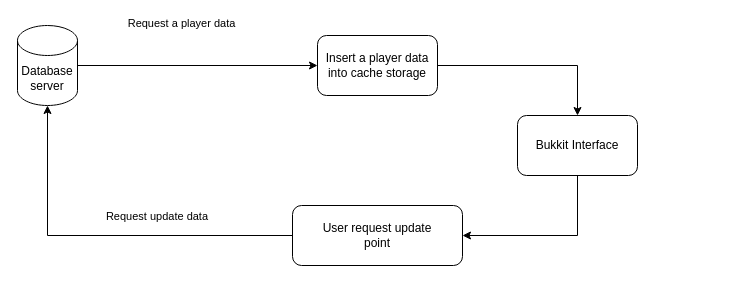
Earlier version of the draw.io diagram Untitled Diagram.drawio (PlayerNguyen/OptEcoPrime). Source tidied: cells renumbered, new cells numbered last; positions are measured from the earlier drawing's top-left corner, leaving out a move shared by most shapes. Both pictures are drawn from the tidied source at 100%, with x=0, y=0 at pixel (17, 25).
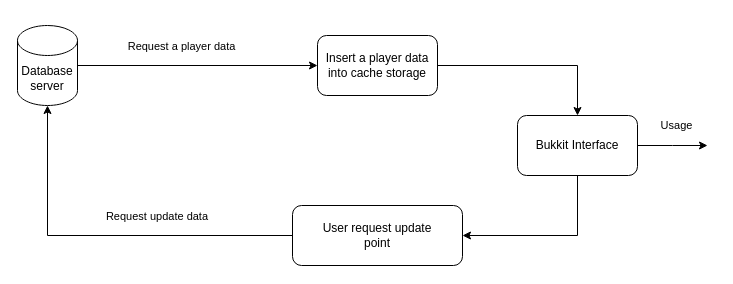
Above is the later version.

What changed in the source:
```diff
@@
 <mxGraphModel>
   <root>
     <mxCell id="0" />
     <mxCell id="1" parent="0" />
     <mxCell id="2" style="edgeStyle=orthogonalEdgeStyle;rounded=0;jettySize=auto;html=1;exitX=1;exitY=0.5;exitDx=0;exitDy=0;entryX=0.5;entryY=0;entryDx=0;entryDy=0;" parent="1" edge="1" source="3" target="11">
       <mxGeometry relative="1" as="geometry" />
     </mxCell>
     <mxCell id="3" value="Insert a player data&lt;br&gt;into cache storage" style="rounded=1;whiteSpace=wrap;html=1;" parent="1" vertex="1">
       <mxGeometry x="300" y="10" width="120" height="60" as="geometry" />
     </mxCell>
     <mxCell id="4" style="edgeStyle=orthogonalEdgeStyle;rounded=0;jettySize=auto;html=1;exitX=1;exitY=0.5;exitDx=0;exitDy=0;exitPerimeter=0;entryX=0;entryY=0.5;entryDx=0;entryDy=0;" parent="1" edge="1" source="6" target="3">
       <mxGeometry relative="1" as="geometry" />
     </mxCell>
     <mxCell id="5" value="Request a player data" style="edgeLabel;html=1;align=center;verticalAlign=middle;" parent="4" vertex="1">
       <mxGeometry x="0.06" y="4" relative="1" as="geometry">
-        <mxPoint x="-24" y="-39" as="offset" />
+        <mxPoint x="-24" y="-16" as="offset" />
       </mxGeometry>
     </mxCell>
     <mxCell id="6" value="Database&lt;br&gt;server" style="shape=cylinder3;whiteSpace=wrap;html=1;boundedLbl=1;backgroundOutline=1;size=15;" parent="1" vertex="1">
       <mxGeometry width="60" height="80" as="geometry" />
     </mxCell>
     <mxCell id="7" style="edgeStyle=orthogonalEdgeStyle;rounded=0;jettySize=auto;html=1;entryX=0.5;entryY=1;entryDx=0;entryDy=0;entryPerimeter=0;" parent="1" edge="1" source="9" target="6">
       <mxGeometry relative="1" as="geometry" />
     </mxCell>
     <mxCell id="8" value="Request update data&amp;nbsp;" style="edgeLabel;html=1;align=center;verticalAlign=middle;" parent="7" vertex="1">
       <mxGeometry x="-0.26" relative="1" as="geometry">
         <mxPoint x="4" y="-20" as="offset" />
       </mxGeometry>
     </mxCell>
     <mxCell id="9" value="User request update&lt;br&gt;point" style="rounded=1;whiteSpace=wrap;html=1;" parent="1" vertex="1">
       <mxGeometry x="275" y="180" width="170" height="60" as="geometry" />
     </mxCell>
     <mxCell id="10" style="edgeStyle=orthogonalEdgeStyle;rounded=0;jettySize=auto;html=1;entryX=1;entryY=0.5;entryDx=0;entryDy=0;exitX=0.5;exitY=1;exitDx=0;exitDy=0;" parent="1" edge="1" source="11" target="9">
       <mxGeometry relative="1" as="geometry" />
     </mxCell>
+    <mxCell id="12" value="Usage&lt;br&gt;" style="edgeStyle=orthogonalEdgeStyle;rounded=0;jettySize=auto;html=1;" parent="1" edge="1" source="11">
+      <mxGeometry x="0.14" y="20" relative="1" as="geometry">
+        <mxPoint x="690" y="120" as="targetPoint" />
+      </mxGeometry>
+    </mxCell>
     <mxCell id="11" value="Bukkit Interface" style="rounded=1;whiteSpace=wrap;html=1;" parent="1" vertex="1">
       <mxGeometry x="500" y="90" width="120" height="60" as="geometry" />
     </mxCell>
   </root>
 </mxGraphModel>
```
